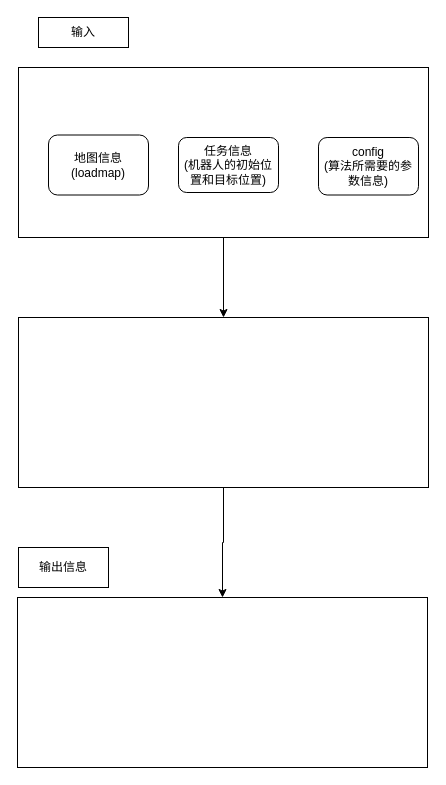
Above: Untitled Diagram.drawio in Peter1qaz2wsx/flow_chart- (draw.io), before the change. Source tidied: cells renumbered, new cells numbered last; positions are measured from the earlier drawing's top-left corner, leaving out a move shared by most shapes. Both pictures are drawn from the tidied source at 100%, with x=0, y=0 at pixel (17, 17).
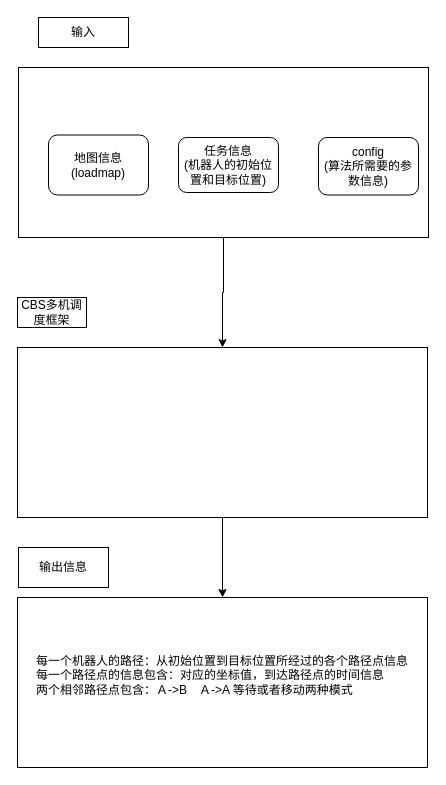
After the change.

Commit message:
多机调度输入输出框架.png

Change to the diagram source:
```diff
@@
 <mxGraphModel>
   <root>
     <mxCell id="0" />
     <mxCell id="1" parent="0" />
     <mxCell id="2" value="输入" style="rounded=0;whiteSpace=wrap;html=1;" parent="1" vertex="1">
       <mxGeometry x="21" width="90" height="30" as="geometry" />
     </mxCell>
     <mxCell id="3" style="edgeStyle=orthogonalEdgeStyle;rounded=0;jettySize=auto;html=1;" parent="1" edge="1" source="4" target="9">
       <mxGeometry relative="1" as="geometry" />
     </mxCell>
     <mxCell id="4" style="rounded=0;whiteSpace=wrap;html=1;" parent="1" vertex="1">
       <mxGeometry x="1" y="50" width="410" height="170" as="geometry" />
     </mxCell>
     <mxCell id="5" value="地图信息(loadmap)" style="rounded=1;whiteSpace=wrap;html=1;" parent="1" vertex="1">
       <mxGeometry x="31" y="117.5" width="100" height="60" as="geometry" />
     </mxCell>
     <mxCell id="6" value="&lt;div&gt;任务信息&lt;/div&gt;&lt;div&gt;(机器人的初始位置和目标位置)&lt;/div&gt;" style="rounded=1;whiteSpace=wrap;html=1;" parent="1" vertex="1">
       <mxGeometry x="161" y="120" width="100" height="55" as="geometry" />
     </mxCell>
     <mxCell id="7" value="&lt;div&gt;config&lt;/div&gt;&lt;div&gt;(算法所需要的参数信息)&lt;br&gt;&lt;/div&gt;" style="rounded=1;whiteSpace=wrap;html=1;" parent="1" vertex="1">
       <mxGeometry x="301" y="120" width="100" height="57.5" as="geometry" />
     </mxCell>
     <mxCell id="8" style="edgeStyle=orthogonalEdgeStyle;rounded=0;jettySize=auto;html=1;" parent="1" edge="1" source="9" target="10">
       <mxGeometry relative="1" as="geometry" />
     </mxCell>
     <mxCell id="9" style="rounded=0;whiteSpace=wrap;html=1;" parent="1" vertex="1">
-      <mxGeometry x="1" y="300" width="410" height="170" as="geometry" />
+      <mxGeometry y="330" width="410" height="170" as="geometry" />
     </mxCell>
-    <mxCell id="10" style="rounded=0;whiteSpace=wrap;html=1;" parent="1" vertex="1">
+    <mxCell id="10" value="&lt;div&gt;每一个机器人的路径：从初始位置到目标位置所经过的各个路径点信息&lt;/div&gt;&lt;div align=&quot;left&quot;&gt;每一个路径点的信息包含：对应的坐标值，到达路径点的时间信息&lt;/div&gt;&lt;div align=&quot;left&quot;&gt;两个相邻路径点包含：Ａ-&amp;gt;B　Ａ-&amp;gt;A 等待或者移动两种模式&lt;br&gt;&lt;/div&gt;&lt;div&gt;&lt;br&gt;&lt;/div&gt;" style="rounded=0;whiteSpace=wrap;html=1;" parent="1" vertex="1">
       <mxGeometry y="580" width="410" height="170" as="geometry" />
     </mxCell>
     <mxCell id="11" value="输出信息" style="rounded=0;whiteSpace=wrap;html=1;" parent="1" vertex="1">
       <mxGeometry x="1" y="530" width="90" height="40" as="geometry" />
     </mxCell>
+    <mxCell id="12" value="CBS多机调度框架" style="rounded=0;whiteSpace=wrap;html=1;" parent="1" vertex="1">
+      <mxGeometry y="280" width="69" height="30" as="geometry" />
+    </mxCell>
   </root>
 </mxGraphModel>
```
